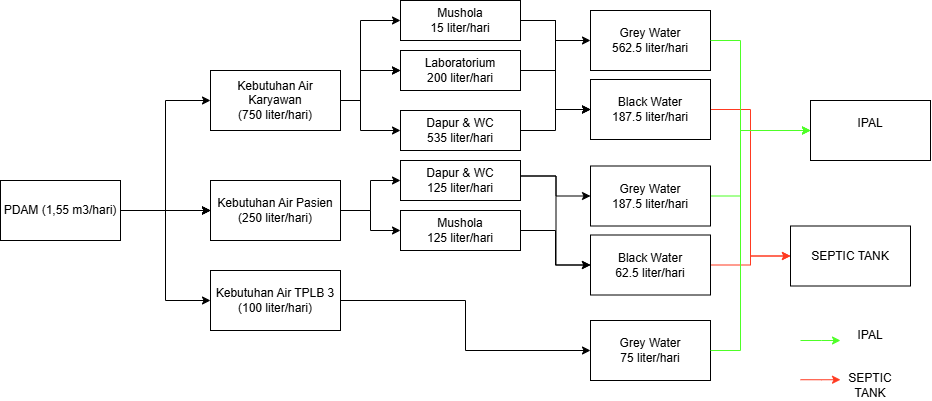
Above: Neraca Air Klinik Surya Medika.drawio.png in famowoiii/envimos_sensot (draw.io), before the change. Source tidied: cells renumbered, new cells last; positions are measured from the earlier drawing's top-left corner, leaving out a move shared by most shapes.
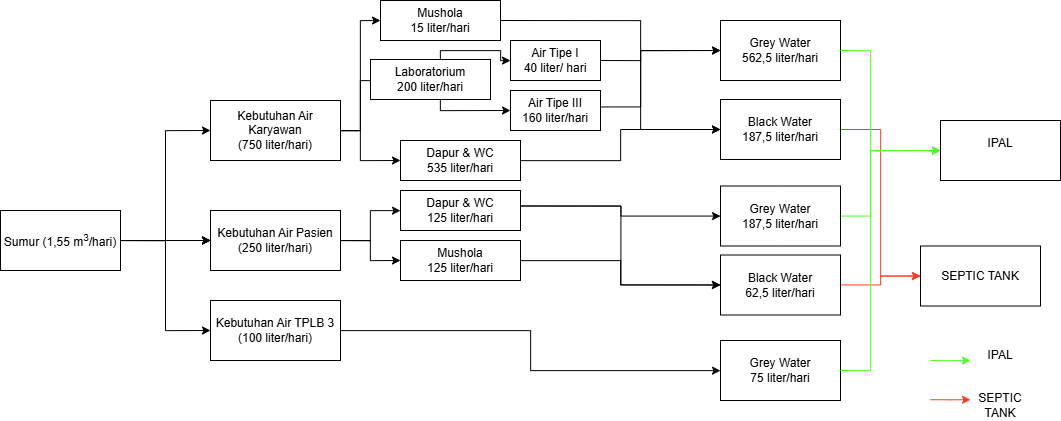
The same diagram one commit later.

The edit, as a diff of the source:
```diff
@@ -17,30 +17,23 @@
     <mxCell id="6" style="edgeStyle=orthogonalEdgeStyle;rounded=0;jettySize=auto;html=1;exitX=1;exitY=0.5;exitDx=0;exitDy=0;entryX=0;entryY=0.5;entryDx=0;entryDy=0;fontFamily=Arial;labelBorderColor=none;labelBackgroundColor=none;" parent="1" edge="1" source="7" target="14">
       <mxGeometry relative="1" as="geometry" />
     </mxCell>
-    <mxCell id="7" value="PDAM (1,55 m3/hari)" style="rounded=0;whiteSpace=wrap;html=1;fontFamily=Arial;labelBorderColor=none;labelBackgroundColor=none;" parent="1" vertex="1">
+    <mxCell id="7" value="Sumur (1,55 m&lt;sup&gt;3&lt;/sup&gt;/hari)" style="rounded=0;whiteSpace=wrap;html=1;fontFamily=Arial;labelBorderColor=none;labelBackgroundColor=none;" parent="1" vertex="1">
       <mxGeometry y="180" width="120" height="60" as="geometry" />
     </mxCell>
     <mxCell id="8" style="edgeStyle=orthogonalEdgeStyle;rounded=0;jettySize=auto;html=1;entryX=0;entryY=0.5;entryDx=0;entryDy=0;fontFamily=Arial;labelBorderColor=none;labelBackgroundColor=none;" parent="1" edge="1" source="12" target="19">
       <mxGeometry relative="1" as="geometry">
         <Array as="points">
           <mxPoint x="360" y="100" />
-          <mxPoint x="360" y="20" />
+          <mxPoint x="360" y="-10" />
         </Array>
       </mxGeometry>
     </mxCell>
-    <mxCell id="9" style="edgeStyle=orthogonalEdgeStyle;rounded=0;jettySize=auto;html=1;fontFamily=Arial;labelBorderColor=none;labelBackgroundColor=none;" parent="1" edge="1" source="12" target="21">
-      <mxGeometry relative="1" as="geometry">
-        <Array as="points">
-          <mxPoint x="360" y="100" />
-          <mxPoint x="360" y="70" />
-        </Array>
-      </mxGeometry>
-    </mxCell>
     <mxCell id="10" style="edgeStyle=orthogonalEdgeStyle;rounded=0;jettySize=auto;html=1;entryX=0;entryY=0.5;entryDx=0;entryDy=0;fontFamily=Arial;labelBorderColor=none;labelBackgroundColor=none;" parent="1" edge="1" source="12" target="21">
       <mxGeometry relative="1" as="geometry">
         <Array as="points">
           <mxPoint x="360" y="100" />
-          <mxPoint x="360" y="70" />
+          <mxPoint x="360" y="50" />
+          <mxPoint x="380" y="50" />
         </Array>
       </mxGeometry>
     </mxCell>
@@ -70,17 +63,27 @@
     <mxCell id="17" value="Kebutuhan Air Pasien&lt;div&gt;(250 liter/hari)&lt;/div&gt;" style="whiteSpace=wrap;html=1;rounded=0;fontFamily=Arial;labelBorderColor=none;labelBackgroundColor=none;" parent="1" vertex="1">
       <mxGeometry x="210" y="180" width="130" height="60" as="geometry" />
     </mxCell>
-    <mxCell id="18" style="edgeStyle=orthogonalEdgeStyle;rounded=0;jettySize=auto;html=1;fontFamily=Arial;labelBorderColor=none;labelBackgroundColor=none;" parent="1" edge="1" source="19" target="29">
-      <mxGeometry relative="1" as="geometry" />
-    </mxCell>
     <mxCell id="19" value="Mushola&lt;div&gt;15 liter/hari&lt;/div&gt;" style="whiteSpace=wrap;html=1;rounded=0;fontFamily=Arial;labelBorderColor=none;labelBackgroundColor=none;" parent="1" vertex="1">
-      <mxGeometry x="400" width="120" height="40" as="geometry" />
+      <mxGeometry x="380" y="-30" width="120" height="40" as="geometry" />
     </mxCell>
-    <mxCell id="20" style="edgeStyle=orthogonalEdgeStyle;rounded=0;jettySize=auto;html=1;fontFamily=Arial;labelBorderColor=none;labelBackgroundColor=none;" parent="1" edge="1" source="21" target="31">
-      <mxGeometry relative="1" as="geometry" />
-    </mxCell>
+    <mxCell id="47" style="edgeStyle=orthogonalEdgeStyle;rounded=0;jettySize=auto;html=1;entryX=0;entryY=0.5;entryDx=0;entryDy=0;exitX=0.5;exitY=1;exitDx=0;exitDy=0;" parent="1" edge="1" source="21" target="50">
+      <mxGeometry relative="1" as="geometry">
+        <Array as="points">
+          <mxPoint x="440" y="80" />
+        </Array>
+      </mxGeometry>
+    </mxCell>
+    <mxCell id="48" style="edgeStyle=orthogonalEdgeStyle;rounded=0;jettySize=auto;html=1;entryX=0;entryY=0.5;entryDx=0;entryDy=0;exitX=0.5;exitY=0;exitDx=0;exitDy=0;" parent="1" edge="1" source="21" target="49">
+      <mxGeometry relative="1" as="geometry">
+        <Array as="points">
+          <mxPoint x="440" y="20" />
+          <mxPoint x="500" y="20" />
+          <mxPoint x="500" y="30" />
+        </Array>
+      </mxGeometry>
+    </mxCell>
     <mxCell id="21" value="Laboratorium&lt;div&gt;200 liter/hari&lt;/div&gt;" style="whiteSpace=wrap;html=1;rounded=0;fontFamily=Arial;labelBorderColor=none;labelBackgroundColor=none;" parent="1" vertex="1">
-      <mxGeometry x="400" y="50" width="120" height="40" as="geometry" />
+      <mxGeometry x="370" y="29" width="120" height="40" as="geometry" />
     </mxCell>
     <mxCell id="22" style="edgeStyle=orthogonalEdgeStyle;rounded=0;jettySize=auto;html=1;fontFamily=Arial;labelBorderColor=none;labelBackgroundColor=none;" parent="1" edge="1" source="23" target="31">
       <mxGeometry relative="1" as="geometry" />
@@ -101,19 +104,24 @@
       <mxGeometry relative="1" as="geometry" />
     </mxCell>
     <mxCell id="28" value="Grey Water&lt;div&gt;75 liter/hari&lt;/div&gt;" style="whiteSpace=wrap;html=1;rounded=0;fontFamily=Arial;labelBorderColor=none;labelBackgroundColor=none;" parent="1" vertex="1">
-      <mxGeometry x="590" y="320" width="120" height="60" as="geometry" />
+      <mxGeometry x="720" y="310" width="120" height="60" as="geometry" />
     </mxCell>
-    <mxCell id="29" value="Grey Water&lt;div&gt;562.5 liter/hari&lt;/div&gt;" style="whiteSpace=wrap;html=1;rounded=0;fontFamily=Arial;labelBorderColor=none;labelBackgroundColor=none;" parent="1" vertex="1">
-      <mxGeometry x="590" y="10" width="120" height="60" as="geometry" />
+    <mxCell id="29" value="Grey Water&lt;div&gt;562,5 liter/hari&lt;/div&gt;" style="whiteSpace=wrap;html=1;rounded=0;fontFamily=Arial;labelBorderColor=none;labelBackgroundColor=none;" parent="1" vertex="1">
+      <mxGeometry x="720" y="-10" width="120" height="60" as="geometry" />
     </mxCell>
     <mxCell id="30" style="edgeStyle=orthogonalEdgeStyle;rounded=0;jettySize=auto;html=1;entryX=0;entryY=0.5;entryDx=0;entryDy=0;strokeColor=#FF3A21;fontFamily=Arial;labelBorderColor=none;labelBackgroundColor=none;" parent="1" edge="1" source="31" target="40">
       <mxGeometry relative="1" as="geometry" />
     </mxCell>
-    <mxCell id="31" value="Black Water&lt;div&gt;187.5 liter/hari&lt;/div&gt;" style="whiteSpace=wrap;html=1;rounded=0;fontFamily=Arial;labelBorderColor=none;labelBackgroundColor=none;" parent="1" vertex="1">
-      <mxGeometry x="590" y="79" width="120" height="60" as="geometry" />
+    <mxCell id="31" value="Black Water&lt;div&gt;187,5 liter/hari&lt;/div&gt;" style="whiteSpace=wrap;html=1;rounded=0;fontFamily=Arial;labelBorderColor=none;labelBackgroundColor=none;" parent="1" vertex="1">
+      <mxGeometry x="720" y="69" width="120" height="60" as="geometry" />
     </mxCell>
     <mxCell id="32" style="edgeStyle=orthogonalEdgeStyle;rounded=0;jettySize=auto;html=1;exitX=1;exitY=0.5;exitDx=0;exitDy=0;entryX=0;entryY=0.5;entryDx=0;entryDy=0;fontFamily=Arial;labelBorderColor=none;labelBackgroundColor=none;" parent="1" edge="1" source="19" target="31">
-      <mxGeometry relative="1" as="geometry" />
+      <mxGeometry relative="1" as="geometry">
+        <Array as="points">
+          <mxPoint x="640" y="-10" />
+          <mxPoint x="640" y="99" />
+        </Array>
+      </mxGeometry>
     </mxCell>
     <mxCell id="33" style="edgeStyle=orthogonalEdgeStyle;rounded=0;jettySize=auto;html=1;fontFamily=Arial;labelBorderColor=none;labelBackgroundColor=none;" parent="1" edge="1" target="35">
       <mxGeometry relative="1" as="geometry">
@@ -123,20 +131,20 @@
     <mxCell id="34" style="edgeStyle=orthogonalEdgeStyle;rounded=0;jettySize=auto;html=1;entryX=0;entryY=0.5;entryDx=0;entryDy=0;strokeColor=#4EFF27;fontFamily=Arial;labelBorderColor=none;labelBackgroundColor=none;" parent="1" edge="1" source="35" target="39">
       <mxGeometry relative="1" as="geometry">
         <Array as="points">
-          <mxPoint x="740" y="196" />
-          <mxPoint x="740" y="130" />
-          <mxPoint x="810" y="130" />
+          <mxPoint x="870" y="186" />
+          <mxPoint x="870" y="120" />
+          <mxPoint x="940" y="120" />
         </Array>
       </mxGeometry>
     </mxCell>
-    <mxCell id="35" value="Grey Water&lt;div&gt;187.5 liter/hari&lt;/div&gt;" style="whiteSpace=wrap;html=1;rounded=0;fontFamily=Arial;labelBorderColor=none;labelBackgroundColor=none;" parent="1" vertex="1">
-      <mxGeometry x="590" y="165.5" width="120" height="60" as="geometry" />
+    <mxCell id="35" value="Grey Water&lt;div&gt;187,5 liter/hari&lt;/div&gt;" style="whiteSpace=wrap;html=1;rounded=0;fontFamily=Arial;labelBorderColor=none;labelBackgroundColor=none;" parent="1" vertex="1">
+      <mxGeometry x="720" y="155.5" width="120" height="60" as="geometry" />
     </mxCell>
     <mxCell id="36" style="edgeStyle=orthogonalEdgeStyle;rounded=0;jettySize=auto;html=1;strokeColor=#FF3A21;fontFamily=Arial;labelBorderColor=none;labelBackgroundColor=none;" parent="1" edge="1" source="37" target="40">
       <mxGeometry relative="1" as="geometry" />
     </mxCell>
-    <mxCell id="37" value="Black Wate&lt;span style=&quot;color: light-dark(rgb(0, 0, 0), rgb(255, 255, 255));&quot;&gt;r&lt;/span&gt;&lt;div&gt;&lt;span style=&quot;color: light-dark(rgb(0, 0, 0), rgb(255, 255, 255));&quot;&gt;62.5 liter/hari&lt;/span&gt;&lt;/div&gt;" style="whiteSpace=wrap;html=1;rounded=0;fontFamily=Arial;labelBorderColor=none;labelBackgroundColor=none;" parent="1" vertex="1">
-      <mxGeometry x="590" y="234.5" width="120" height="60" as="geometry" />
+    <mxCell id="37" value="Black Wate&lt;span style=&quot;color: light-dark(rgb(0, 0, 0), rgb(255, 255, 255));&quot;&gt;r&lt;/span&gt;&lt;div&gt;&lt;span style=&quot;color: light-dark(rgb(0, 0, 0), rgb(255, 255, 255));&quot;&gt;62,5 liter/hari&lt;/span&gt;&lt;/div&gt;" style="whiteSpace=wrap;html=1;rounded=0;fontFamily=Arial;labelBorderColor=none;labelBackgroundColor=none;" parent="1" vertex="1">
+      <mxGeometry x="720" y="224.5" width="120" height="60" as="geometry" />
     </mxCell>
     <mxCell id="38" style="edgeStyle=orthogonalEdgeStyle;rounded=0;jettySize=auto;html=1;exitX=1;exitY=0.5;exitDx=0;exitDy=0;entryX=0;entryY=0.5;entryDx=0;entryDy=0;fontFamily=Arial;labelBorderColor=none;labelBackgroundColor=none;" parent="1" edge="1" target="37">
       <mxGeometry relative="1" as="geometry">
@@ -144,44 +152,67 @@
       </mxGeometry>
     </mxCell>
     <mxCell id="39" value="IPAL&lt;div&gt;&lt;br&gt;&lt;/div&gt;" style="whiteSpace=wrap;html=1;rounded=0;fontFamily=Arial;labelBorderColor=none;labelBackgroundColor=none;" parent="1" vertex="1">
-      <mxGeometry x="810" y="100" width="120" height="60" as="geometry" />
+      <mxGeometry x="940" y="90" width="120" height="60" as="geometry" />
     </mxCell>
     <mxCell id="40" value="SEPTIC TANK" style="whiteSpace=wrap;html=1;rounded=0;fontFamily=Arial;labelBorderColor=none;labelBackgroundColor=none;" parent="1" vertex="1">
-      <mxGeometry x="790" y="225.5" width="120" height="60" as="geometry" />
+      <mxGeometry x="920" y="215.5" width="120" height="60" as="geometry" />
     </mxCell>
     <mxCell id="41" style="edgeStyle=orthogonalEdgeStyle;rounded=0;jettySize=auto;html=1;exitX=1;exitY=0.5;exitDx=0;exitDy=0;entryX=0;entryY=0.5;entryDx=0;entryDy=0;strokeColor=#4EFF27;fontFamily=Arial;labelBorderColor=none;labelBackgroundColor=none;" parent="1" edge="1" source="28" target="39">
       <mxGeometry relative="1" as="geometry">
         <Array as="points">
-          <mxPoint x="740" y="350" />
-          <mxPoint x="740" y="130" />
+          <mxPoint x="870" y="340" />
+          <mxPoint x="870" y="120" />
         </Array>
       </mxGeometry>
     </mxCell>
     <mxCell id="42" style="edgeStyle=orthogonalEdgeStyle;rounded=0;jettySize=auto;html=1;exitX=1;exitY=0.5;exitDx=0;exitDy=0;entryX=0;entryY=0.5;entryDx=0;entryDy=0;strokeColor=#4EFF27;fontFamily=Arial;labelBorderColor=none;labelBackgroundColor=none;" parent="1" edge="1" source="29" target="39">
       <mxGeometry relative="1" as="geometry">
         <Array as="points">
-          <mxPoint x="740" y="40" />
-          <mxPoint x="740" y="130" />
+          <mxPoint x="870" y="20" />
+          <mxPoint x="870" y="120" />
         </Array>
       </mxGeometry>
     </mxCell>
     <mxCell id="43" style="edgeStyle=orthogonalEdgeStyle;rounded=0;orthogonalLoop=1;jettySize=auto;html=1;strokeColor=#4EFF27;fontFamily=Arial;labelBorderColor=none;labelBackgroundColor=none;" parent="1" edge="1">
       <mxGeometry relative="1" as="geometry">
-        <mxPoint x="800" y="340" as="sourcePoint" />
-        <mxPoint x="840" y="340" as="targetPoint" />
+        <mxPoint x="930" y="330" as="sourcePoint" />
+        <mxPoint x="970" y="330" as="targetPoint" />
       </mxGeometry>
     </mxCell>
     <mxCell id="44" style="edgeStyle=orthogonalEdgeStyle;rounded=0;orthogonalLoop=1;jettySize=auto;html=1;strokeColor=#FF3A21;fontFamily=Arial;labelBorderColor=none;labelBackgroundColor=none;" parent="1" edge="1">
       <mxGeometry relative="1" as="geometry">
-        <mxPoint x="800" y="379.2" as="sourcePoint" />
-        <mxPoint x="840" y="379.2" as="targetPoint" />
+        <mxPoint x="930" y="369.2" as="sourcePoint" />
+        <mxPoint x="970" y="369.2" as="targetPoint" />
       </mxGeometry>
     </mxCell>
     <mxCell id="45" value="IPAL" style="text;html=1;whiteSpace=wrap;strokeColor=none;fillColor=none;align=center;verticalAlign=middle;rounded=0;fontFamily=Arial;labelBorderColor=none;labelBackgroundColor=none;" parent="1" vertex="1">
-      <mxGeometry x="840" y="320" width="60" height="30" as="geometry" />
+      <mxGeometry x="970" y="310" width="60" height="30" as="geometry" />
     </mxCell>
     <mxCell id="46" value="SEPTIC TANK" style="text;html=1;whiteSpace=wrap;strokeColor=none;fillColor=none;align=center;verticalAlign=middle;rounded=0;fontFamily=Arial;labelBorderColor=none;labelBackgroundColor=none;" parent="1" vertex="1">
-      <mxGeometry x="840" y="370" width="60" height="30" as="geometry" />
+      <mxGeometry x="970" y="360" width="60" height="30" as="geometry" />
     </mxCell>
+    <mxCell id="49" value="&lt;div&gt;Air Tipe I&lt;/div&gt;&lt;div&gt;40 liter/ hari&lt;/div&gt;" style="whiteSpace=wrap;html=1;rounded=0;fontFamily=Arial;labelBorderColor=none;labelBackgroundColor=none;" parent="1" vertex="1">
+      <mxGeometry x="510" y="10" width="90" height="40" as="geometry" />
+    </mxCell>
+    <mxCell id="50" value="Air Tipe III&lt;div&gt;160 liter/hari&lt;/div&gt;" style="whiteSpace=wrap;html=1;rounded=0;fontFamily=Arial;labelBorderColor=none;labelBackgroundColor=none;" parent="1" vertex="1">
+      <mxGeometry x="510" y="60" width="90" height="40" as="geometry" />
+    </mxCell>
+    <mxCell id="51" style="edgeStyle=orthogonalEdgeStyle;rounded=0;jettySize=auto;html=1;fontFamily=Arial;labelBorderColor=none;labelBackgroundColor=none;exitX=1;exitY=0.5;exitDx=0;exitDy=0;" parent="1" edge="1" source="49">
+      <mxGeometry relative="1" as="geometry">
+        <mxPoint x="720" y="20" as="targetPoint" />
+        <Array as="points">
+          <mxPoint x="640" y="30" />
+          <mxPoint x="640" y="20" />
+        </Array>
+      </mxGeometry>
+    </mxCell>
+    <mxCell id="52" style="edgeStyle=orthogonalEdgeStyle;rounded=0;jettySize=auto;html=1;fontFamily=Arial;labelBorderColor=none;labelBackgroundColor=none;exitX=1.002;exitY=0.411;exitDx=0;exitDy=0;entryX=0;entryY=0.5;entryDx=0;entryDy=0;exitPerimeter=0;" parent="1" edge="1" source="50" target="29">
+      <mxGeometry relative="1" as="geometry">
+        <Array as="points">
+          <mxPoint x="640" y="76" />
+          <mxPoint x="640" y="20" />
+        </Array>
+      </mxGeometry>
+    </mxCell>
   </root>
 </mxGraphModel>
```
